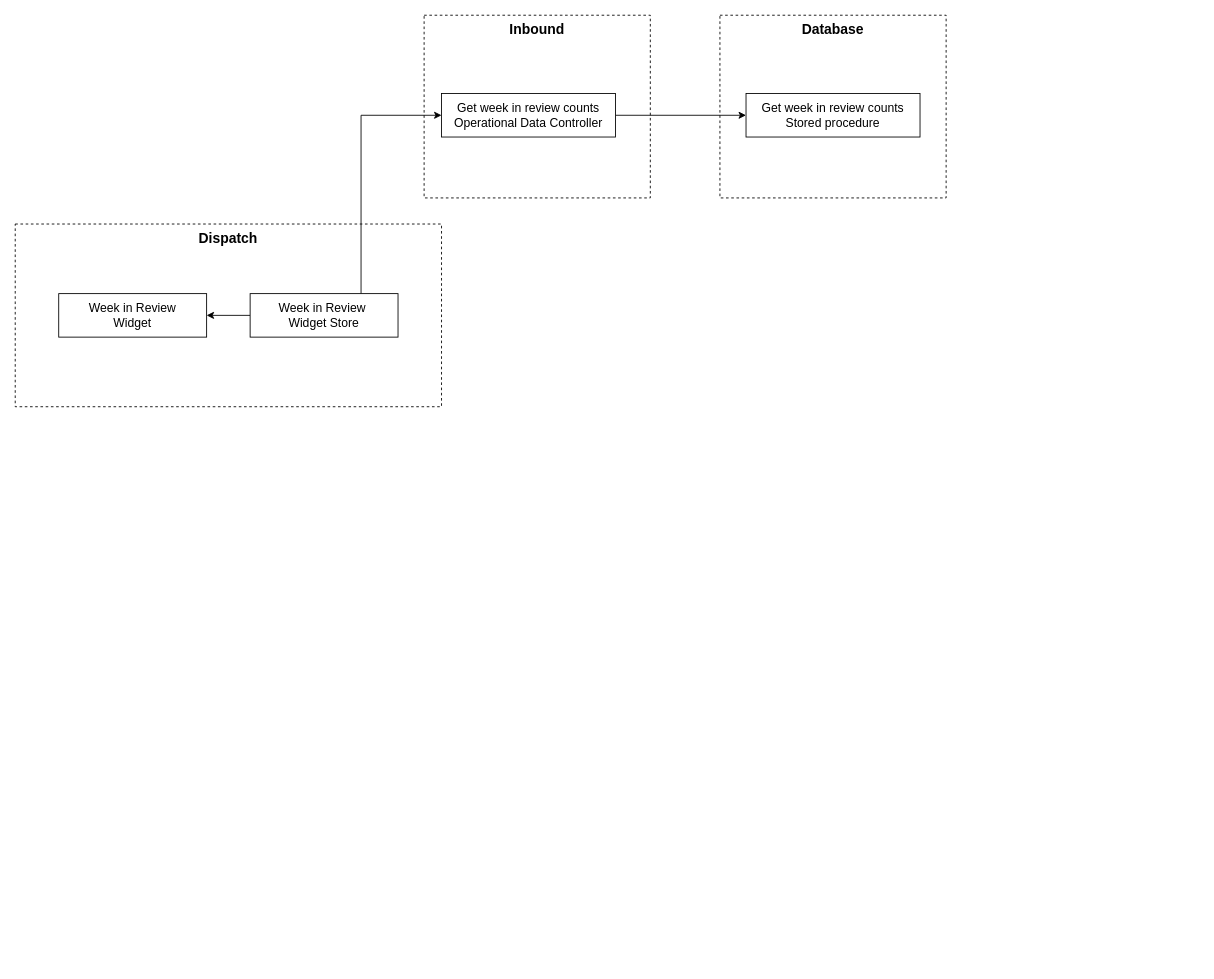
Above: ML Forecasting.drawio in gbates-e2open/drawioFiles (draw.io), before the change. Source tidied: cells renumbered, new cells numbered last; positions are measured from the earlier drawing's top-left corner, leaving out a move shared by most shapes. Both pictures are drawn from the tidied source at 87%, with x=0, y=0 at pixel (15, 15).
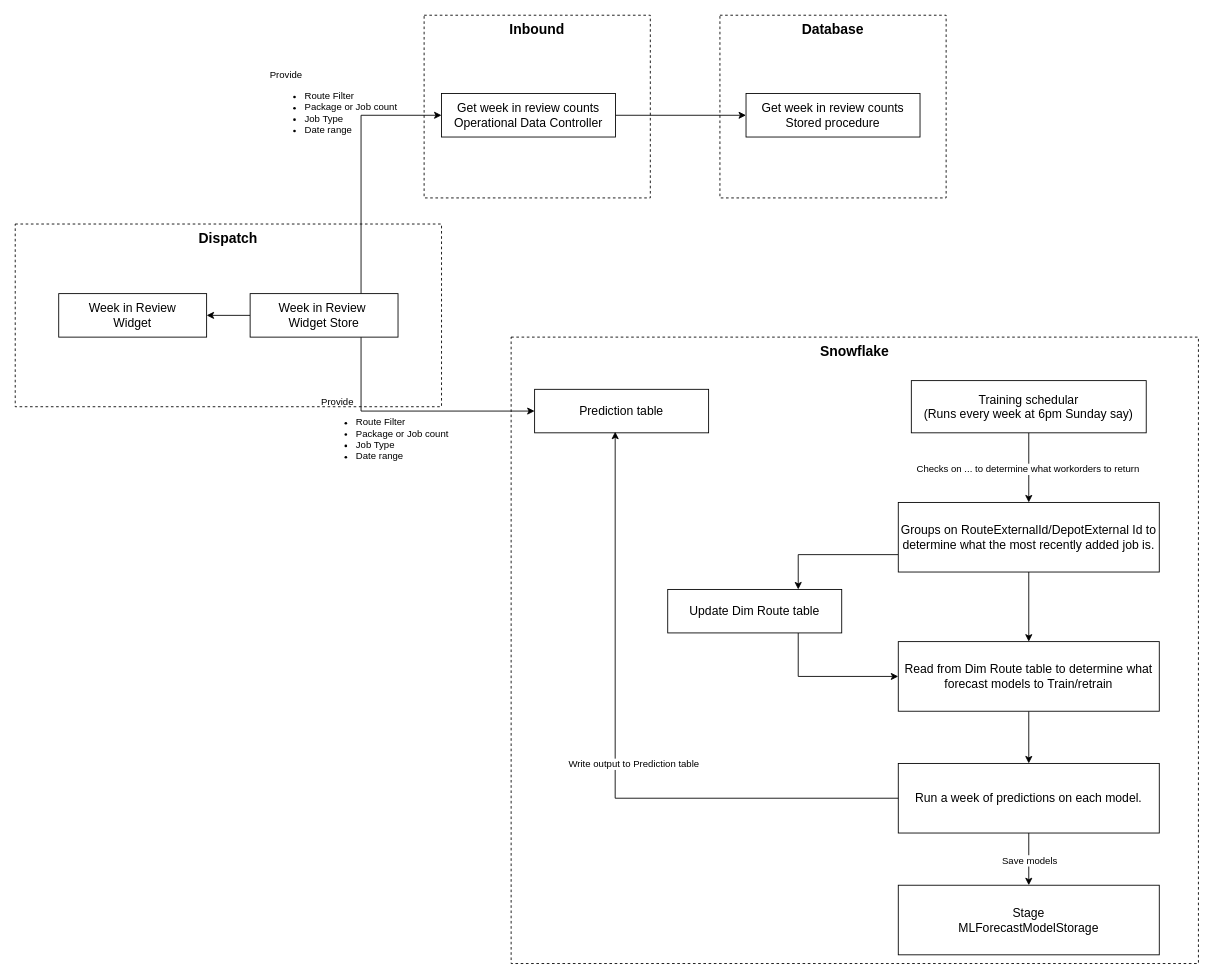
The same page after the edit.

The change refers to these unchanged cells:
```xml
<mxCell id="5" style="edgeStyle=orthogonalEdgeStyle;rounded=0;jettySize=auto;html=1;exitX=0.75;exitY=0;exitDx=0;exitDy=0;entryX=0;entryY=0.5;entryDx=0;entryDy=0;" parent="1" edge="1" source="6" target="9">
  <mxGeometry relative="1" as="geometry" />
</mxCell>
<mxCell id="6" value="Week in Review&amp;nbsp;&lt;div&gt;Widget Store&lt;/div&gt;" style="whiteSpace=wrap;html=1;align=center;fontSize=14;" parent="1" vertex="1">
  <mxGeometry x="270" y="320" width="170" height="50" as="geometry" />
</mxCell>
```

What changed in the source:
```diff
@@
+    <mxCell id="12" value="Provide&amp;nbsp;&lt;div&gt;&lt;ul&gt;&lt;li&gt;Route Filter&lt;/li&gt;&lt;li&gt;Package or Job count&lt;/li&gt;&lt;li&gt;Job Type&lt;/li&gt;&lt;li&gt;Date range&lt;/li&gt;&lt;/ul&gt;&lt;/div&gt;" style="edgeLabel;html=1;align=left;verticalAlign=middle;labelBackgroundColor=none;" parent="5" vertex="1">
+      <mxGeometry x="-0.04" y="1" relative="1" as="geometry">
+        <mxPoint x="-106" y="-72" as="offset" />
+      </mxGeometry>
+    </mxCell>
+    <mxCell id="13" style="edgeStyle=orthogonalEdgeStyle;rounded=0;jettySize=auto;html=1;exitX=0.75;exitY=1;exitDx=0;exitDy=0;entryX=0;entryY=0.5;entryDx=0;entryDy=0;" parent="1" edge="1" source="6" target="15">
+      <mxGeometry relative="1" as="geometry" />
+    </mxCell>
@@
+    <mxCell id="14" value="&lt;span style=&quot;font-size: 16px;&quot;&gt;&lt;b&gt;Snowflake&lt;/b&gt;&lt;/span&gt;" style="html=1;whiteSpace=wrap;dashed=1;gradientColor=default;fillColor=none;labelPosition=center;verticalLabelPosition=middle;align=center;verticalAlign=top;" parent="1" vertex="1">
+      <mxGeometry x="570" y="370" width="790" height="720" as="geometry" />
+    </mxCell>
+    <mxCell id="15" value="Prediction table" style="whiteSpace=wrap;html=1;align=center;fontSize=14;" parent="1" vertex="1">
+      <mxGeometry x="597" y="430" width="200" height="50" as="geometry" />
+    </mxCell>
+    <mxCell id="16" value="Provide&amp;nbsp;&lt;div&gt;&lt;ul&gt;&lt;li&gt;Route Filter&lt;/li&gt;&lt;li&gt;Package or Job count&lt;/li&gt;&lt;li&gt;Job Type&lt;/li&gt;&lt;li&gt;Date range&lt;/li&gt;&lt;/ul&gt;&lt;/div&gt;" style="edgeLabel;html=1;align=left;verticalAlign=middle;labelBackgroundColor=none;" parent="1" vertex="1">
+      <mxGeometry x="350" y="480" as="geometry" />
+    </mxCell>
+    <mxCell id="17" style="edgeStyle=orthogonalEdgeStyle;rounded=0;jettySize=auto;html=1;exitX=0.5;exitY=1;exitDx=0;exitDy=0;entryX=0.5;entryY=0;entryDx=0;entryDy=0;" parent="1" edge="1" source="19" target="22">
+      <mxGeometry relative="1" as="geometry" />
+    </mxCell>
+    <mxCell id="18" value="Checks on ... to determine what workorders to return" style="edgeLabel;html=1;align=center;verticalAlign=middle;" parent="17" vertex="1">
+      <mxGeometry x="0.03" y="-2" relative="1" as="geometry" />
+    </mxCell>
+    <mxCell id="19" value="Training schedular&lt;div&gt;(Runs every week at 6pm Sunday say)&lt;/div&gt;" style="whiteSpace=wrap;html=1;align=center;fontSize=14;" parent="1" vertex="1">
+      <mxGeometry x="1030" y="420" width="270" height="60" as="geometry" />
+    </mxCell>
+    <mxCell id="20" style="edgeStyle=orthogonalEdgeStyle;rounded=0;jettySize=auto;html=1;exitX=0;exitY=0.75;exitDx=0;exitDy=0;entryX=0.75;entryY=0;entryDx=0;entryDy=0;" parent="1" edge="1" source="22" target="24">
+      <mxGeometry relative="1" as="geometry" />
+    </mxCell>
+    <mxCell id="21" style="edgeStyle=orthogonalEdgeStyle;rounded=0;jettySize=auto;html=1;exitX=0.5;exitY=1;exitDx=0;exitDy=0;entryX=0.5;entryY=0;entryDx=0;entryDy=0;" parent="1" edge="1" source="22" target="26">
+      <mxGeometry relative="1" as="geometry" />
+    </mxCell>
+    <mxCell id="22" value="&lt;font style=&quot;font-size: 14px;&quot;&gt;Groups on RouteExternalId/DepotExternal Id to determine what the most recently added job is.&lt;/font&gt;" style="rounded=0;whiteSpace=wrap;html=1;" parent="1" vertex="1">
+      <mxGeometry x="1015" y="560" width="300" height="80" as="geometry" />
+    </mxCell>
+    <mxCell id="23" style="edgeStyle=orthogonalEdgeStyle;rounded=0;jettySize=auto;html=1;exitX=0.75;exitY=1;exitDx=0;exitDy=0;entryX=0;entryY=0.5;entryDx=0;entryDy=0;" parent="1" edge="1" source="24" target="26">
+      <mxGeometry relative="1" as="geometry" />
+    </mxCell>
+    <mxCell id="24" value="Update Dim Route table" style="whiteSpace=wrap;html=1;align=center;fontSize=14;" parent="1" vertex="1">
+      <mxGeometry x="750" y="660" width="200" height="50" as="geometry" />
+    </mxCell>
+    <mxCell id="25" style="edgeStyle=orthogonalEdgeStyle;rounded=0;jettySize=auto;html=1;exitX=0.5;exitY=1;exitDx=0;exitDy=0;entryX=0.5;entryY=0;entryDx=0;entryDy=0;" parent="1" edge="1" source="26" target="29">
+      <mxGeometry relative="1" as="geometry" />
+    </mxCell>
+    <mxCell id="26" value="&lt;div&gt;&lt;font style=&quot;font-size: 14px;&quot;&gt;Read from Dim Route table to determine what forecast models to&amp;nbsp;&lt;/font&gt;&lt;span style=&quot;font-size: 14px; background-color: transparent; color: light-dark(rgb(0, 0, 0), rgb(255, 255, 255));&quot;&gt;Train/retrain&lt;/span&gt;&lt;/div&gt;" style="rounded=0;whiteSpace=wrap;html=1;" parent="1" vertex="1">
+      <mxGeometry x="1015" y="720" width="300" height="80" as="geometry" />
+    </mxCell>
+    <mxCell id="27" style="edgeStyle=orthogonalEdgeStyle;rounded=0;jettySize=auto;html=1;exitX=0.5;exitY=1;exitDx=0;exitDy=0;entryX=0.5;entryY=0;entryDx=0;entryDy=0;" parent="1" edge="1" source="29" target="32">
+      <mxGeometry relative="1" as="geometry" />
+    </mxCell>
+    <mxCell id="28" value="Save models" style="edgeLabel;html=1;align=center;verticalAlign=middle;" parent="27" vertex="1">
+      <mxGeometry x="0.02" y="5" relative="1" as="geometry">
+        <mxPoint x="-5" as="offset" />
+      </mxGeometry>
+    </mxCell>
+    <mxCell id="29" value="&lt;div&gt;&lt;span style=&quot;font-size: 14px;&quot;&gt;Run a week of predictions on each model.&lt;/span&gt;&lt;/div&gt;" style="rounded=0;whiteSpace=wrap;html=1;" parent="1" vertex="1">
+      <mxGeometry x="1015" y="860" width="300" height="80" as="geometry" />
+    </mxCell>
+    <mxCell id="30" style="edgeStyle=orthogonalEdgeStyle;rounded=0;jettySize=auto;html=1;exitX=0;exitY=0.5;exitDx=0;exitDy=0;entryX=0.463;entryY=0.975;entryDx=0;entryDy=0;entryPerimeter=0;" parent="1" edge="1" source="29" target="15">
+      <mxGeometry relative="1" as="geometry" />
+    </mxCell>
+    <mxCell id="31" value="Write output to Prediction table" style="edgeLabel;html=1;align=center;verticalAlign=middle;" parent="30" vertex="1">
+      <mxGeometry x="-0.28" y="5" relative="1" as="geometry">
+        <mxPoint x="-36" y="-45" as="offset" />
+      </mxGeometry>
+    </mxCell>
+    <mxCell id="32" value="&lt;div&gt;&lt;span style=&quot;font-size: 14px;&quot;&gt;Stage&lt;/span&gt;&lt;/div&gt;&lt;div&gt;&lt;span style=&quot;font-size: 14px;&quot;&gt;MLForecastModelStorage&lt;/span&gt;&lt;/div&gt;" style="rounded=0;whiteSpace=wrap;html=1;" parent="1" vertex="1">
+      <mxGeometry x="1015" y="1000" width="300" height="80" as="geometry" />
+    </mxCell>
```
